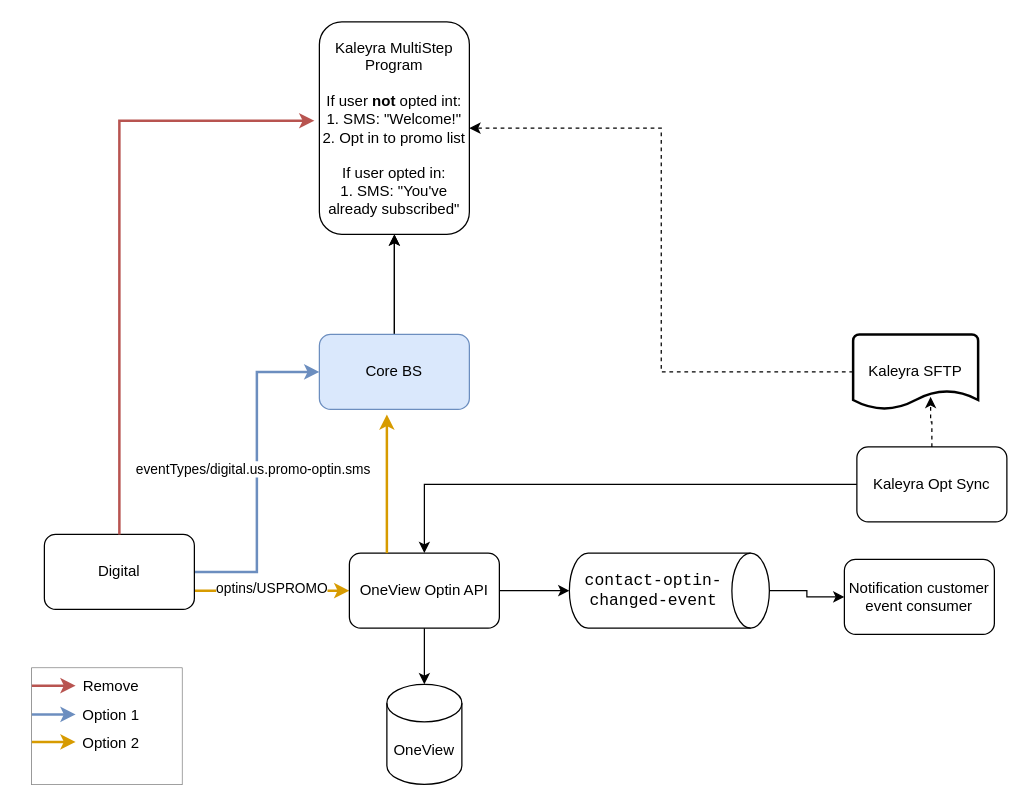
The draw.io diagram drawings/Digital Optin integration.drawio in AarellanoH/draw_io, before the edit. Source tidied: cells renumbered, new cells numbered last; positions are measured from the earlier drawing's top-left corner, leaving out a move shared by most shapes. Both pictures are drawn from the tidied source at 125%, with x=0, y=0 at pixel (31, 21).
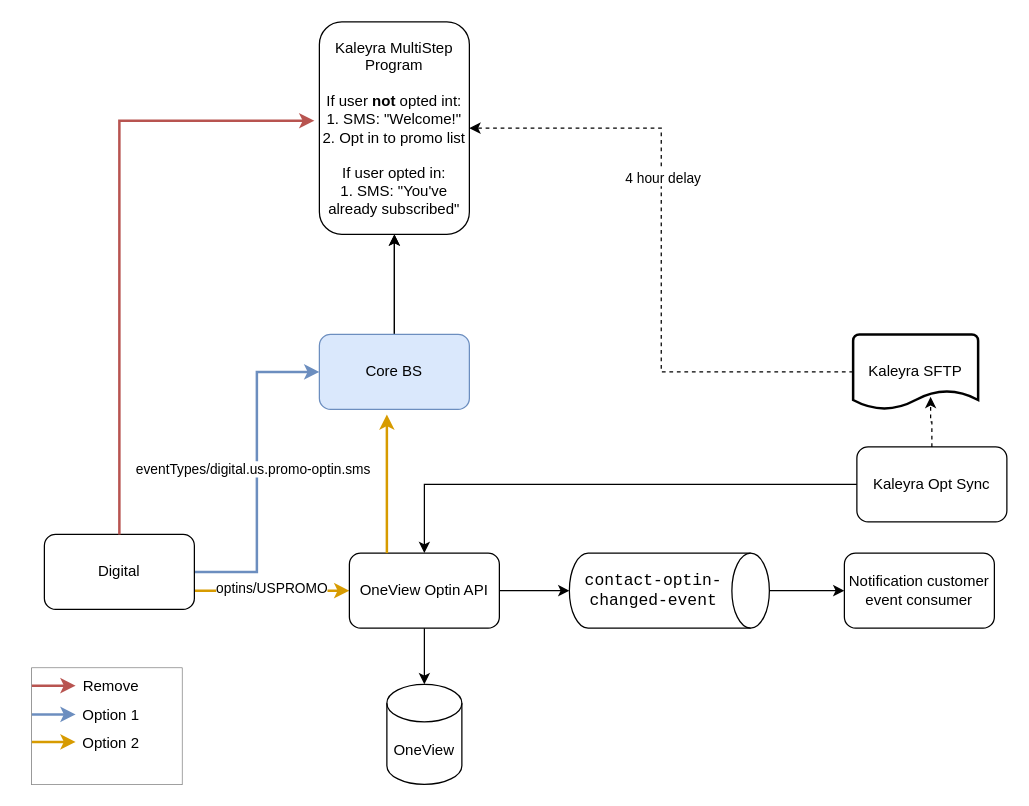
After the change.

Unchanged cells that the change refers to:
```xml
<mxCell id="24" style="edgeStyle=orthogonalEdgeStyle;rounded=0;jettySize=auto;html=1;entryX=1;entryY=0.5;entryDx=0;entryDy=0;dashed=1;strokeWidth=1;" parent="1" edge="1" source="25" target="20">
  <mxGeometry relative="1" as="geometry" />
</mxCell>
```

What changed in the source:
```diff
@@
+    <mxCell id="35" value="4 hour delay" style="edgeLabel;html=1;align=center;verticalAlign=middle;" parent="24" vertex="1">
+      <mxGeometry x="0.23" y="-1" relative="1" as="geometry" />
+    </mxCell>
@@
     <mxCell id="31" value="Notification customer event consumer" style="rounded=1;whiteSpace=wrap;html=1;" parent="1" vertex="1">
-      <mxGeometry x="650" y="430" width="120" height="60" as="geometry" />
+      <mxGeometry x="650" y="425" width="120" height="60" as="geometry" />
     </mxCell>
```
